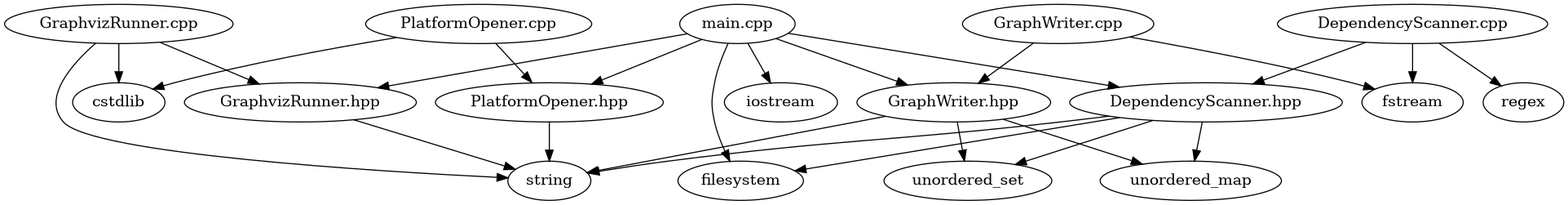
Before: dependencies.png, a diagram exported from Graphviz (AlexandraKemperMS/DependencyVisualizer). Its source is kept beside it as dependencies.dot.
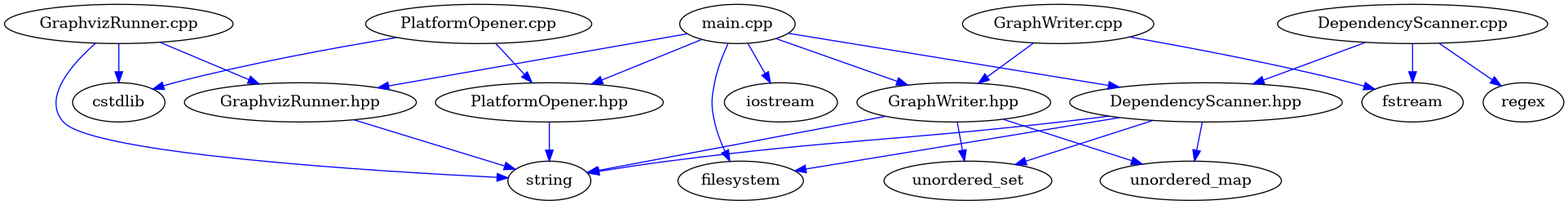
After the commit.

Commit message:
Add blue color to all edges in dependency graph DOT output

Diff of the diagram source:
```diff
@@ -1,27 +1,27 @@
 digraph dependencies {
-  "main.cpp" -> "filesystem";
-  "main.cpp" -> "iostream";
-  "main.cpp" -> "PlatformOpener.hpp";
-  "main.cpp" -> "GraphvizRunner.hpp";
-  "main.cpp" -> "GraphWriter.hpp";
-  "main.cpp" -> "DependencyScanner.hpp";
-  "GraphWriter.cpp" -> "fstream";
-  "GraphWriter.cpp" -> "GraphWriter.hpp";
-  "PlatformOpener.cpp" -> "cstdlib";
-  "PlatformOpener.cpp" -> "PlatformOpener.hpp";
-  "GraphvizRunner.cpp" -> "string";
-  "GraphvizRunner.cpp" -> "cstdlib";
-  "GraphvizRunner.cpp" -> "GraphvizRunner.hpp";
-  "DependencyScanner.cpp" -> "regex";
-  "DependencyScanner.cpp" -> "fstream";
-  "DependencyScanner.cpp" -> "DependencyScanner.hpp";
-  "GraphWriter.hpp" -> "unordered_map";
-  "GraphWriter.hpp" -> "unordered_set";
-  "GraphWriter.hpp" -> "string";
-  "DependencyScanner.hpp" -> "filesystem";
-  "DependencyScanner.hpp" -> "unordered_map";
-  "DependencyScanner.hpp" -> "unordered_set";
-  "DependencyScanner.hpp" -> "string";
-  "GraphvizRunner.hpp" -> "string";
-  "PlatformOpener.hpp" -> "string";
+  "main.cpp" -> "filesystem" [color=blue];
+  "main.cpp" -> "iostream" [color=blue];
+  "main.cpp" -> "PlatformOpener.hpp" [color=blue];
+  "main.cpp" -> "GraphvizRunner.hpp" [color=blue];
+  "main.cpp" -> "GraphWriter.hpp" [color=blue];
+  "main.cpp" -> "DependencyScanner.hpp" [color=blue];
+  "GraphWriter.cpp" -> "fstream" [color=blue];
+  "GraphWriter.cpp" -> "GraphWriter.hpp" [color=blue];
+  "PlatformOpener.cpp" -> "cstdlib" [color=blue];
+  "PlatformOpener.cpp" -> "PlatformOpener.hpp" [color=blue];
+  "GraphvizRunner.cpp" -> "string" [color=blue];
+  "GraphvizRunner.cpp" -> "cstdlib" [color=blue];
+  "GraphvizRunner.cpp" -> "GraphvizRunner.hpp" [color=blue];
+  "DependencyScanner.cpp" -> "regex" [color=blue];
+  "DependencyScanner.cpp" -> "fstream" [color=blue];
+  "DependencyScanner.cpp" -> "DependencyScanner.hpp" [color=blue];
+  "GraphWriter.hpp" -> "unordered_map" [color=blue];
+  "GraphWriter.hpp" -> "unordered_set" [color=blue];
+  "GraphWriter.hpp" -> "string" [color=blue];
+  "DependencyScanner.hpp" -> "filesystem" [color=blue];
+  "DependencyScanner.hpp" -> "unordered_map" [color=blue];
+  "DependencyScanner.hpp" -> "unordered_set" [color=blue];
+  "DependencyScanner.hpp" -> "string" [color=blue];
+  "GraphvizRunner.hpp" -> "string" [color=blue];
+  "PlatformOpener.hpp" -> "string" [color=blue];
 }
```
